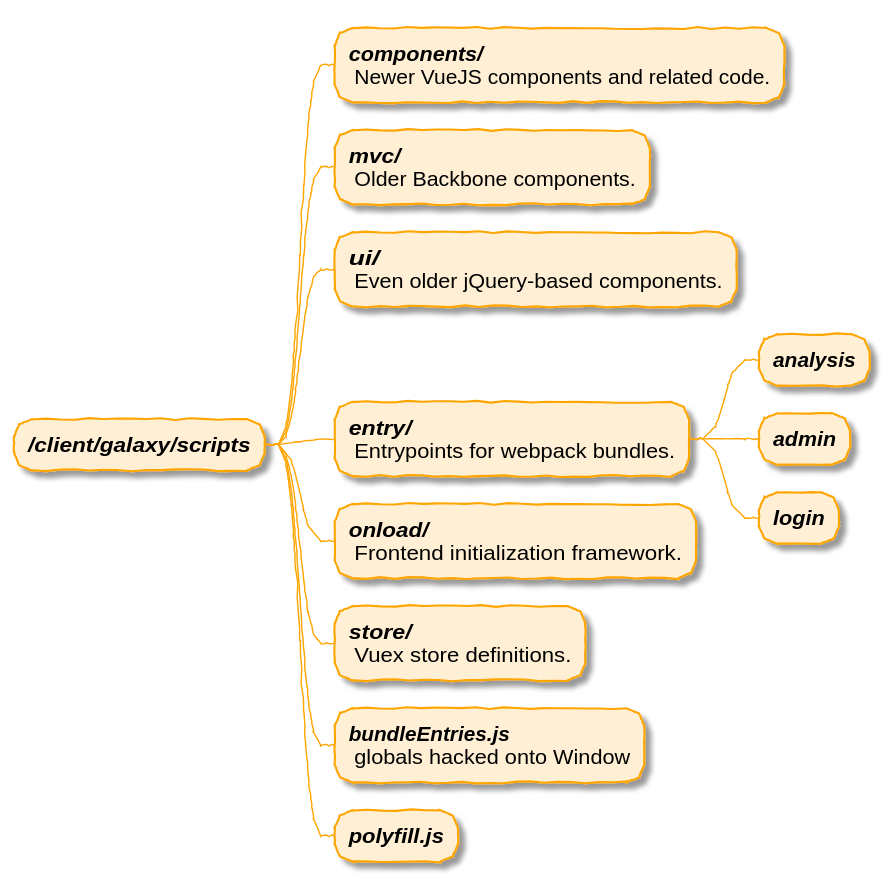
Above: topics/dev/images/core_files_client_sources.plantuml.svg in pavanvidem/training-material (PlantUML), before the change.
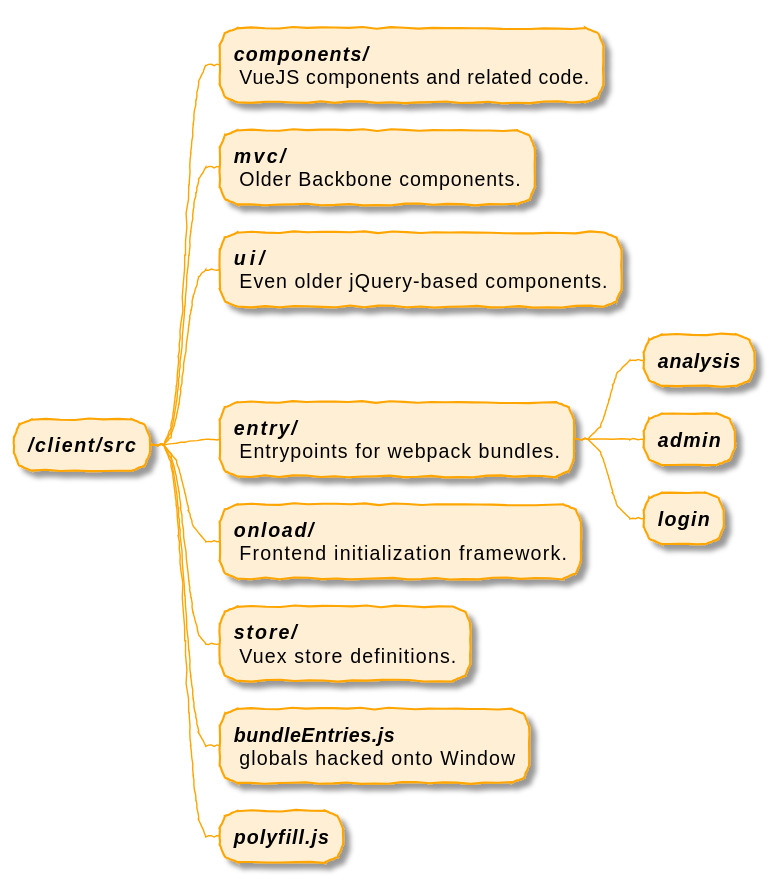
Later version of the same file.

Change to the diagram source:
```diff
@@ -2,9 +2,9 @@
 
 !include plantuml_style.txt
 !include plantuml_options.txt
-* <b><i>/client/galaxy/scripts</i></b>
+* <b><i>/client/src</i></b>
 **:<b><i>components/</i></b>
- Newer VueJS components and related code.;
+ VueJS components and related code.;
 **:<b><i>mvc/</i></b>
  Older Backbone components.;
 **:<b><i>ui/</i></b>
```
